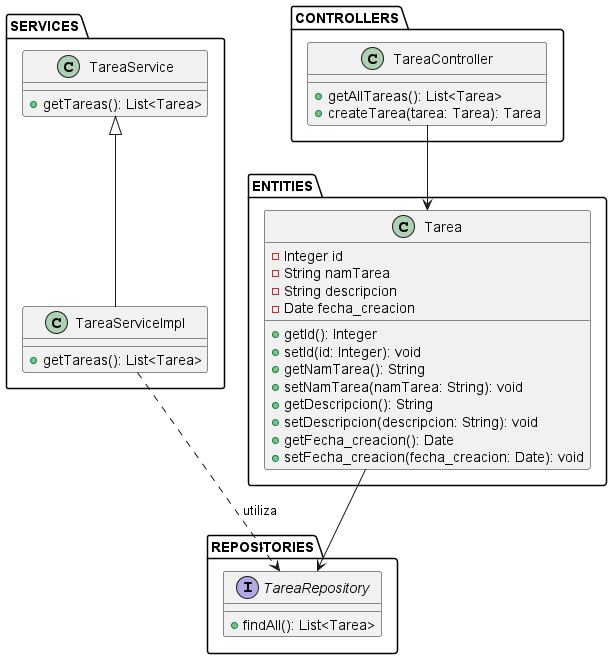
Before: diagramas/diagrama-clases/img/diagrama-clases.png, a diagram exported from PlantUML (Oscarsl10/proyecto-analisis-sistemas-2024-b-g2).
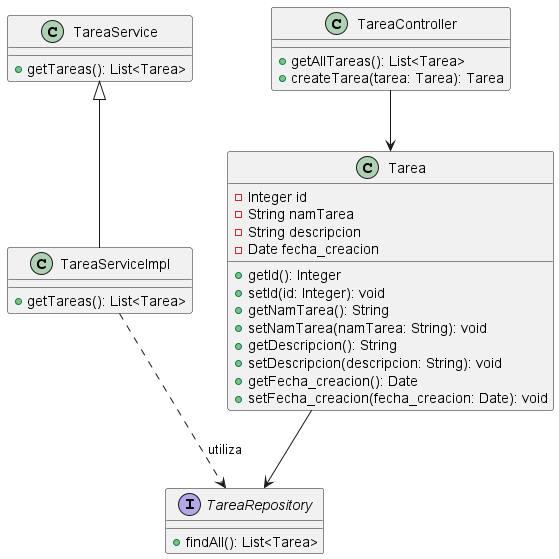
After the change.

Diff of the diagram source:
```diff
@@ -1,6 +1,6 @@
 @startuml
 
-package ENTITIES {
+
     class Tarea {
         - Integer id
         - String namTarea
@@ -15,17 +15,17 @@
         + getFecha_creacion(): Date
         + setFecha_creacion(fecha_creacion: Date): void
     }
-}
 
-package CONTROLLERS {
+
+
 
     class TareaController {
         + getAllTareas(): List<Tarea>
         + createTarea(tarea: Tarea): Tarea
     }
-}
 
-package SERVICES {
+
+
 
     class TareaService {
         + getTareas(): List<Tarea>
@@ -33,18 +33,18 @@
     class TareaServiceImpl {
         + getTareas(): List<Tarea>
     }
-}
 
-package REPOSITORIES {
+
+
 
     interface TareaRepository {
         + findAll(): List<Tarea>
     }
-}
 
-ENTITIES.Tarea --> REPOSITORIES.TareaRepository
-SERVICES.TareaService <|-- SERVICES.TareaServiceImpl
-CONTROLLERS.TareaController --> ENTITIES.Tarea
-SERVICES.TareaServiceImpl ..> REPOSITORIES.TareaRepository : utiliza
+
+Tarea --> TareaRepository
+TareaService <|-- TareaServiceImpl
+TareaController --> Tarea
+TareaServiceImpl ..> TareaRepository : utiliza
 
 @enduml
```
